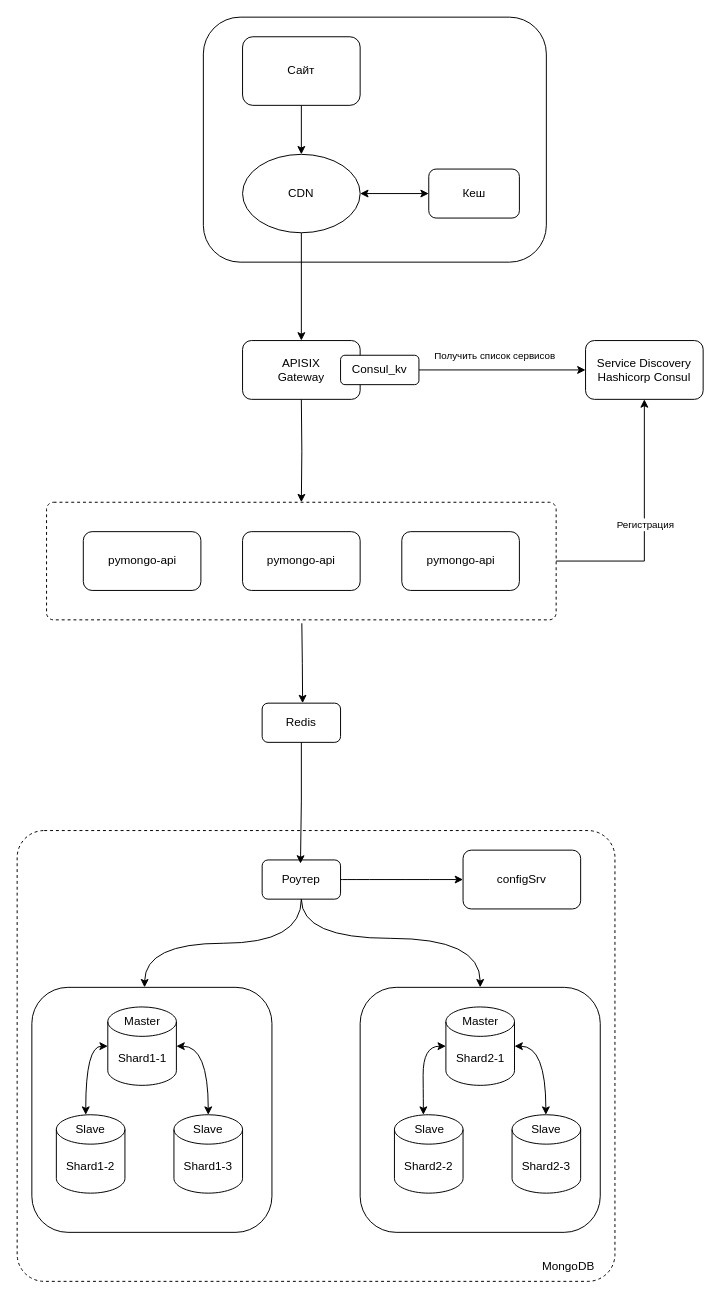
This is page "CDN" (6 of 6) of version5.drawio from mikrul85/architecture_sprint_2, a draw.io file, before an edit. Source tidied: cells renumbered, new cells numbered last; positions are measured from the earlier drawing's top-left corner, leaving out a move shared by most shapes. Both pictures are drawn from the tidied source at 98%, with x=0, y=0 at pixel (17, 17).
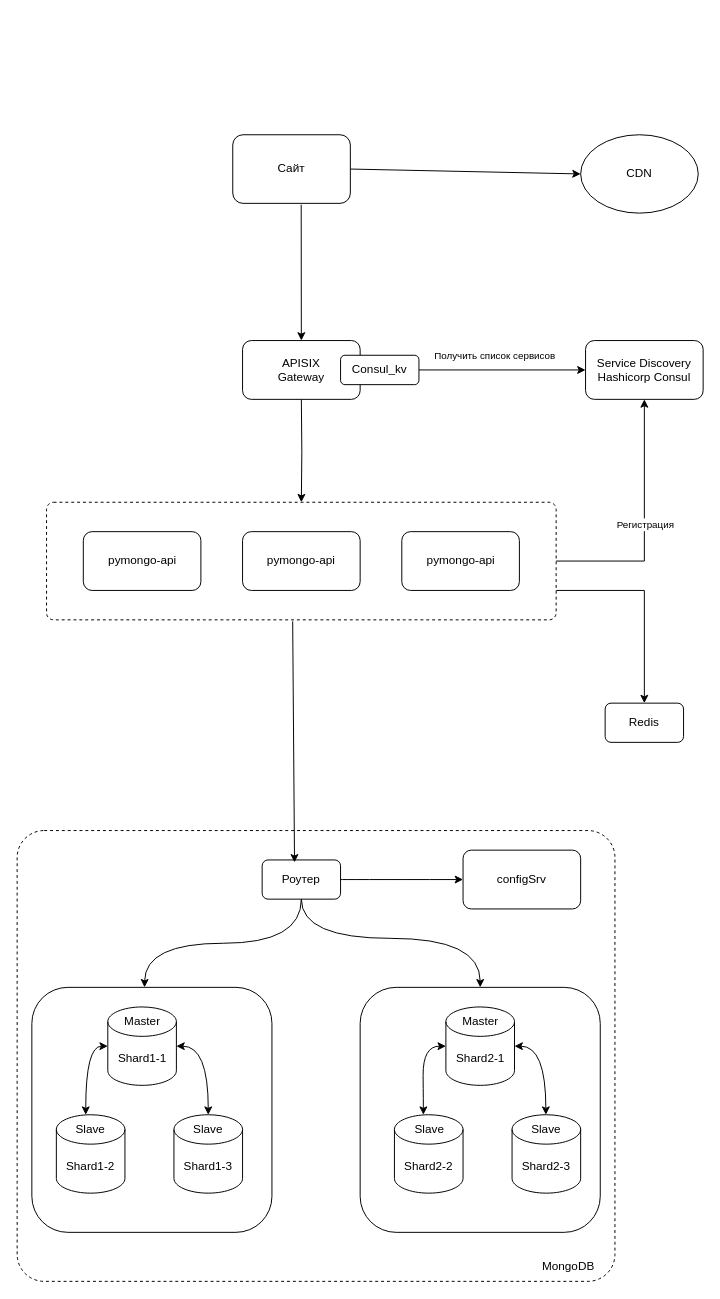
After the change.

Commit message (it also covers changes not shown here):
Исправлена схема и код приложения

The change refers to these unchanged cells:
```xml
<mxCell id="10" value="Роутер" style="rounded=1;whiteSpace=wrap;html=1;" parent="1" vertex="1">
  <mxGeometry x="250" y="860" width="80" height="40" as="geometry" />
</mxCell>
<mxCell id="34" style="rounded=1;whiteSpace=wrap;html=1;fillColor=none;arcSize=6;dashed=1;" parent="1" vertex="1">
  <mxGeometry x="30" y="495" width="520" height="120" as="geometry" />
</mxCell>
```

Change to the diagram source:
```diff
@@
-    <mxCell id="2" style="rounded=1;whiteSpace=wrap;html=1;" parent="1" vertex="1">
-      <mxGeometry x="190" width="350" height="250" as="geometry" />
-    </mxCell>
@@
-    <mxCell id="7" style="edgeStyle=orthogonalEdgeStyle;rounded=0;jettySize=auto;html=1;entryX=0.516;entryY=0;entryDx=0;entryDy=0;exitX=0.477;exitY=1.029;exitDx=0;exitDy=0;exitPerimeter=0;entryPerimeter=0;" parent="1" edge="1" target="30">
-      <mxGeometry relative="1" as="geometry">
-        <mxPoint x="290.5" y="618.5" as="sourcePoint" />
-      </mxGeometry>
-    </mxCell>
@@
     <mxCell id="30" value="Redis" style="rounded=1;whiteSpace=wrap;html=1;" parent="1" vertex="1">
-      <mxGeometry x="250" y="700" width="80" height="40" as="geometry" />
+      <mxGeometry x="600" y="700" width="80" height="40" as="geometry" />
     </mxCell>
-    <mxCell id="31" style="edgeStyle=orthogonalEdgeStyle;rounded=0;jettySize=auto;html=1;entryX=0.489;entryY=0.093;entryDx=0;entryDy=0;exitX=0.5;exitY=1;exitDx=0;exitDy=0;entryPerimeter=0;" parent="1" edge="1" source="30" target="10">
-      <mxGeometry relative="1" as="geometry" />
-    </mxCell>
@@
     <mxCell id="43" value="Сайт" style="rounded=1;whiteSpace=wrap;html=1;" parent="1" vertex="1">
-      <mxGeometry x="230" y="20" width="120" height="70" as="geometry" />
+      <mxGeometry x="220" y="120" width="120" height="70" as="geometry" />
     </mxCell>
-    <mxCell id="44" style="endArrow=classic;html=1;rounded=0;exitX=0.5;exitY=1;exitDx=0;exitDy=0;" parent="1" edge="1" source="45">
+    <mxCell id="44" style="endArrow=classic;html=1;rounded=0;exitX=0.582;exitY=1.019;exitDx=0;exitDy=0;exitPerimeter=0;" parent="1" edge="1" source="43">
       <mxGeometry relative="1" as="geometry">
         <mxPoint x="290" y="330" as="targetPoint" />
       </mxGeometry>
     </mxCell>
     <mxCell id="45" value="CDN" style="ellipse;whiteSpace=wrap;html=1;" parent="1" vertex="1">
-      <mxGeometry x="230" y="140" width="120" height="80" as="geometry" />
+      <mxGeometry x="575" y="120" width="120" height="80" as="geometry" />
     </mxCell>
-    <mxCell id="46" style="endArrow=classic;html=1;rounded=0;exitX=0.5;exitY=1;exitDx=0;exitDy=0;" parent="1" edge="1" source="43">
-      <mxGeometry relative="1" as="geometry">
-        <mxPoint x="290" y="140" as="targetPoint" />
-      </mxGeometry>
+    <mxCell id="46" style="endArrow=classic;html=1;rounded=0;exitX=1;exitY=0.5;exitDx=0;exitDy=0;entryX=0;entryY=0.5;entryDx=0;entryDy=0;" parent="1" edge="1" source="43" target="45">
+      <mxGeometry relative="1" as="geometry" />
     </mxCell>
-    <mxCell id="47" value="Кеш" style="rounded=1;whiteSpace=wrap;html=1;" parent="1" vertex="1">
-      <mxGeometry x="420" y="155" width="92.5" height="50" as="geometry" />
-    </mxCell>
-    <mxCell id="48" style="endArrow=classic;startArrow=classic;html=1;rounded=0;exitX=1;exitY=0.5;exitDx=0;exitDy=0;" parent="1" edge="1" source="45">
-      <mxGeometry relative="1" as="geometry">
-        <mxPoint x="420" y="180" as="targetPoint" />
-      </mxGeometry>
-    </mxCell>
+    <mxCell id="49" style="endArrow=classic;html=1;rounded=0;exitX=0.483;exitY=1.013;exitDx=0;exitDy=0;exitPerimeter=0;entryX=0.413;entryY=0.063;entryDx=0;entryDy=0;entryPerimeter=0;" parent="1" edge="1" source="34" target="10">
+      <mxGeometry relative="1" as="geometry" />
+    </mxCell>
+    <mxCell id="50" style="endArrow=classic;html=1;rounded=0;exitX=1;exitY=0.75;exitDx=0;exitDy=0;entryX=0.5;entryY=0;entryDx=0;entryDy=0;" parent="1" edge="1" source="34" target="30">
+      <mxGeometry relative="1" as="geometry">
+        <Array as="points">
+          <mxPoint x="640" y="585" />
+        </Array>
+      </mxGeometry>
+    </mxCell>
```
